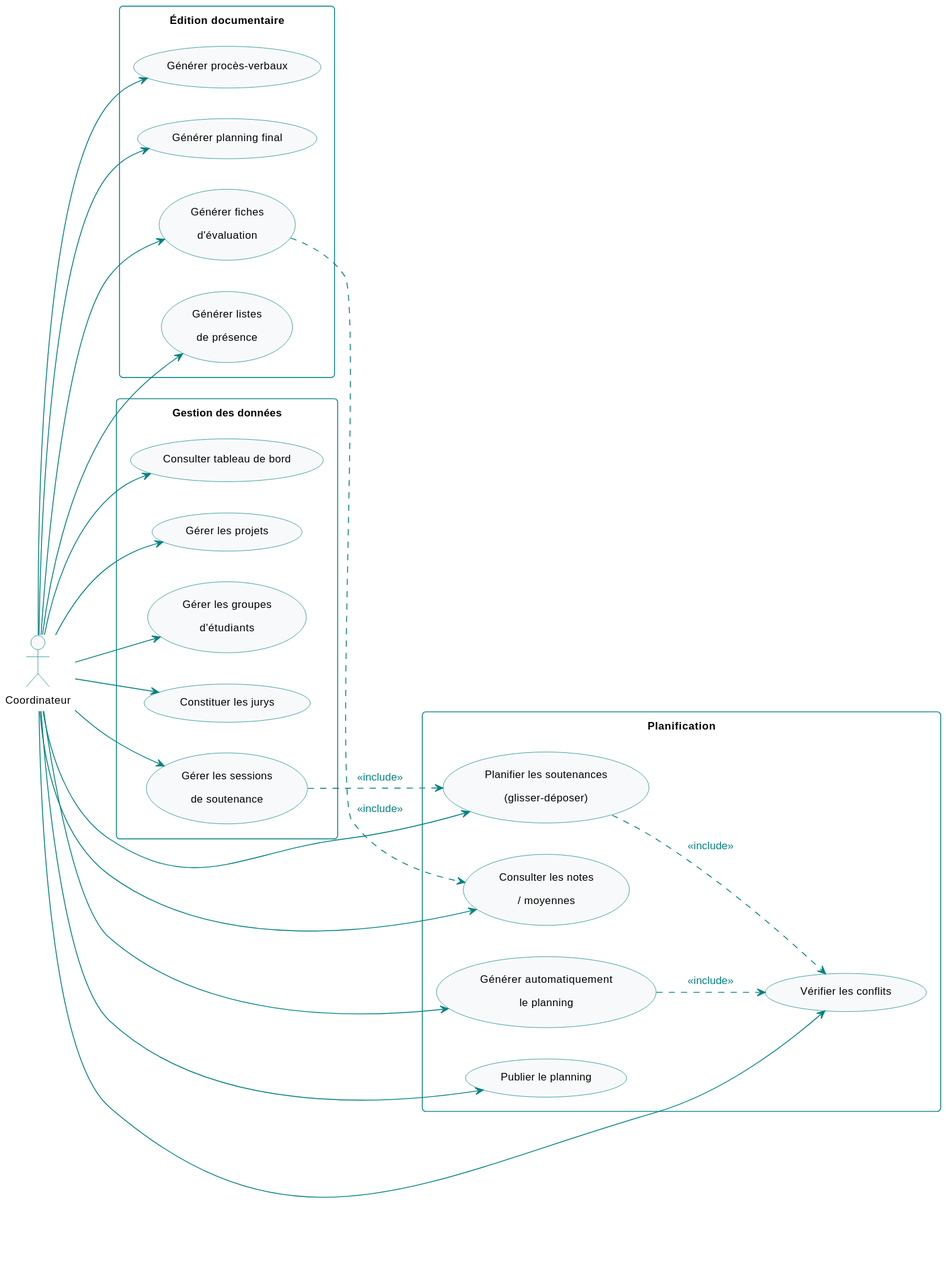
Before: diagrams/svg/uc_coordination.svg, a diagram exported from PlantUML (abdelaziz-ebourki/system-gestion-soutenance-docs).
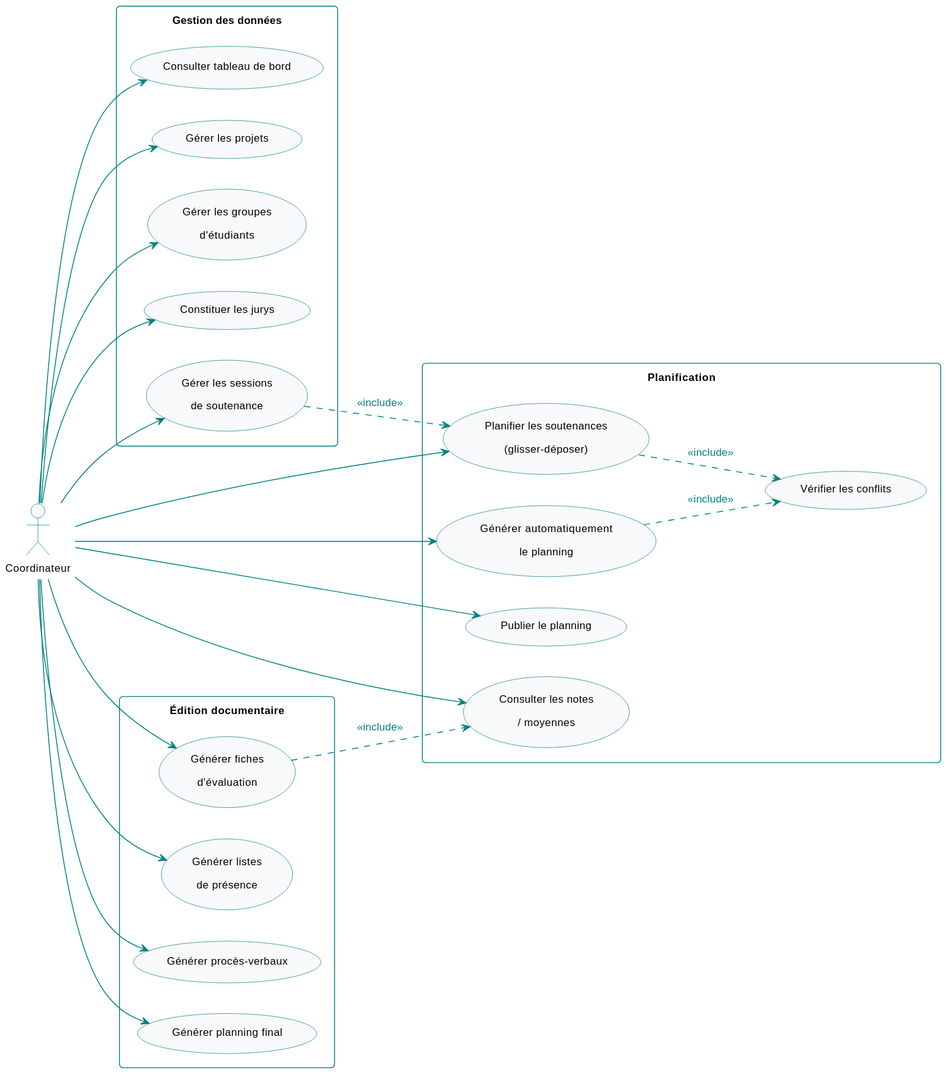
The same diagram one commit later.

What changed in the source:
```diff
@@ -40,7 +40,6 @@
 Coord --> Planner
 Coord --> AutoGen
 Coord --> Publish
-Coord --> Conflicts
 Coord --> Grades
 Coord --> GenFiches
 Coord --> GenPres
```
